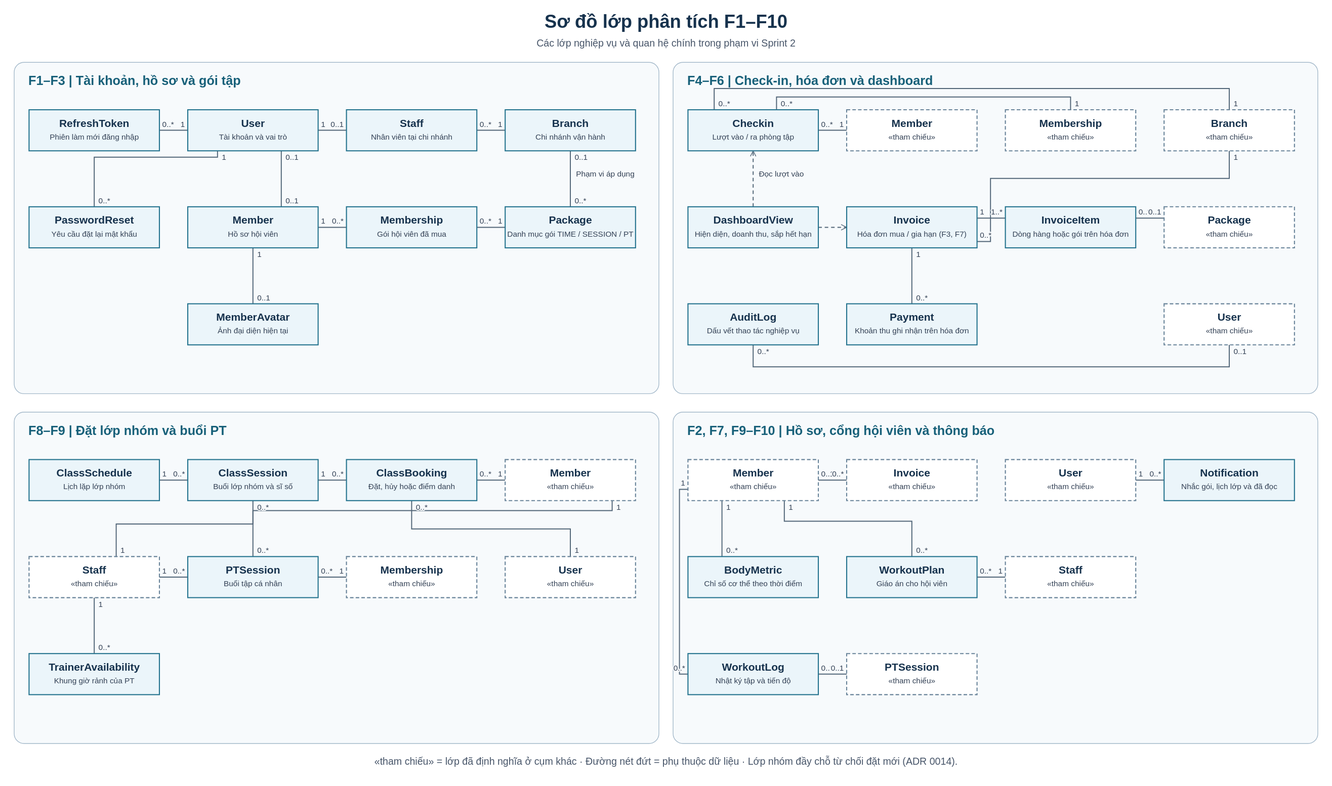
Earlier version of the draw.io export docs/design/class/so-do-lop-phan-tich-f1-f10.drawio.svg (Ktin06/it3180_nhom6_gym_management). Source tidied: cells renumbered, new cells last; positions are measured from the earlier drawing's top-left corner, leaving out a move shared by most shapes.
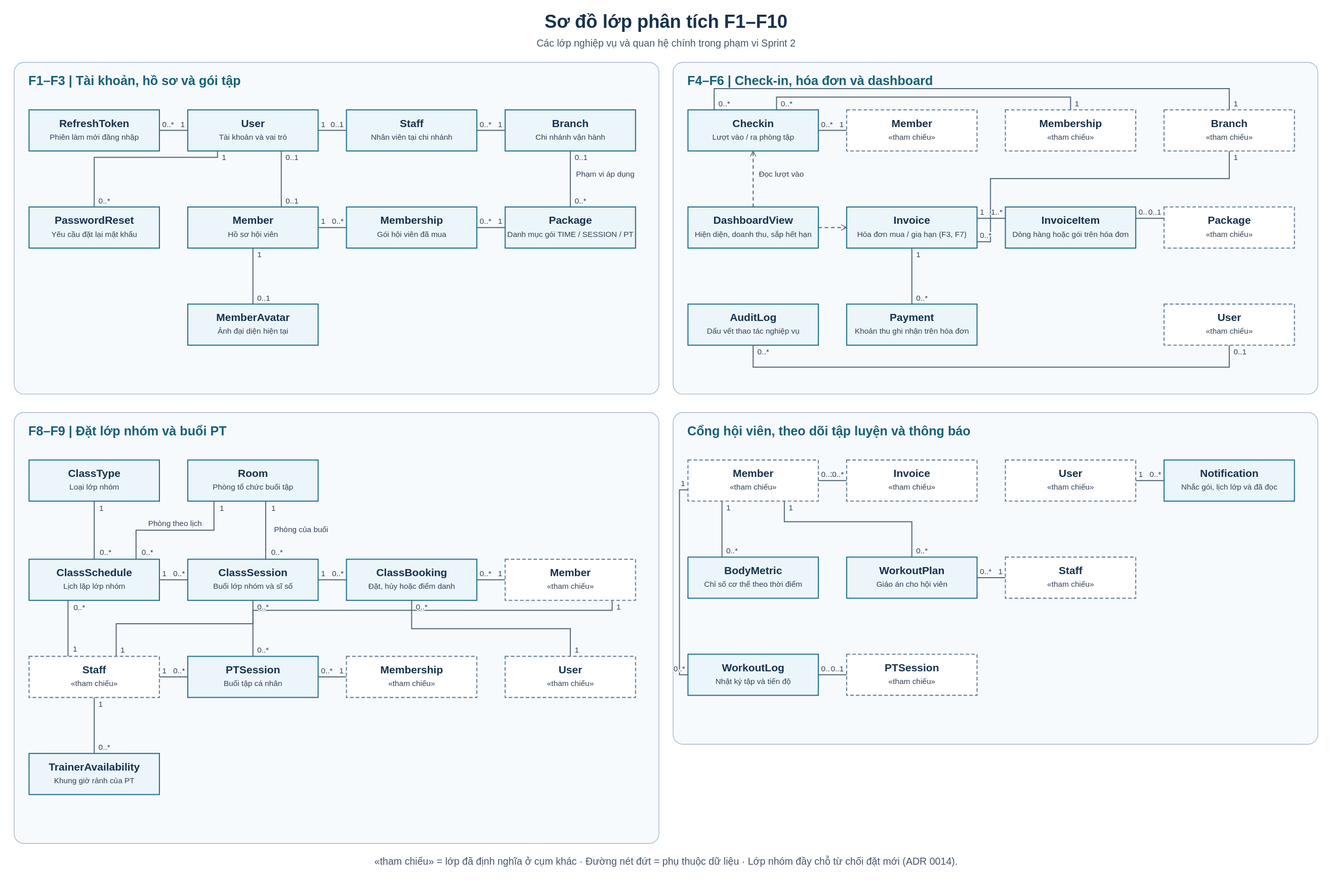
After the commit.

Commit message:
docs(F8): bổ sung loại lớp, phòng và phân công theo lịch vào sơ đồ phân tích (#202)

Change to the diagram source:
```diff
@@ -9,7 +9,7 @@
       <mxGeometry y="33" width="1840" height="30" as="geometry" />
     </mxCell>
     <mxCell id="4" value="«tham chiếu» = lớp đã định nghĩa ở cụm khác · Đường nét đứt = phụ thuộc dữ liệu · Lớp nhóm đầy chỗ từ chối đặt mới (ADR 0014)." style="text;html=0;align=center;verticalAlign=middle;fontSize=14;fontStyle=0;fontColor=#475569;" parent="1" vertex="1">
-      <mxGeometry y="1046" width="1840" height="30" as="geometry" />
+      <mxGeometry y="1186" width="1840" height="30" as="geometry" />
     </mxCell>
     <mxCell id="5" style="rounded=1;arcSize=4;fillColor=#f7fafc;strokeColor=#a4b9ca;" parent="1" vertex="1">
       <mxGeometry y="72" width="910" height="468" as="geometry" />
@@ -24,7 +24,7 @@
       <mxGeometry x="950" y="82" width="870" height="32" as="geometry" />
     </mxCell>
     <mxCell id="9" style="rounded=1;arcSize=4;fillColor=#f7fafc;strokeColor=#a4b9ca;" parent="1" vertex="1">
-      <mxGeometry y="566" width="910" height="468" as="geometry" />
+      <mxGeometry y="566" width="910" height="608" as="geometry" />
     </mxCell>
     <mxCell id="10" value="F8–F9  |  Đặt lớp nhóm và buổi PT" style="text;html=0;align=left;verticalAlign=middle;fontSize=18;fontStyle=1;fontColor=#176079;" parent="1" vertex="1">
       <mxGeometry x="20" y="576" width="870" height="32" as="geometry" />
@@ -32,7 +32,7 @@
     <mxCell id="11" style="rounded=1;arcSize=4;fillColor=#f7fafc;strokeColor=#a4b9ca;" parent="1" vertex="1">
       <mxGeometry x="930" y="566" width="910" height="468" as="geometry" />
     </mxCell>
-    <mxCell id="12" value="F2, F7, F9–F10  |  Hồ sơ, cổng hội viên và thông báo" style="text;html=0;align=left;verticalAlign=middle;fontSize=18;fontStyle=1;fontColor=#176079;" parent="1" vertex="1">
+    <mxCell id="12" value="Cổng hội viên, theo dõi tập luyện và thông báo" style="text;html=0;align=left;verticalAlign=middle;fontSize=18;fontStyle=1;fontColor=#176079;" parent="1" vertex="1">
       <mxGeometry x="950" y="576" width="870" height="32" as="geometry" />
     </mxCell>
     <mxCell id="13" value="&lt;b&gt;RefreshToken&lt;/b&gt;&lt;br&gt;&lt;span style=&quot;font-size:11px&quot;&gt;Phiên làm mới đăng nhập&lt;/span&gt;" style="rounded=0;whiteSpace=wrap;html=1;align=center;verticalAlign=middle;strokeWidth=1.5;fontColor=#16324d;fillColor=#ebf5fa;strokeColor=#24738e;" parent="1" vertex="1">
@@ -96,31 +96,31 @@
       <mxGeometry x="1623" y="413" width="184" height="58" as="geometry" />
     </mxCell>
     <mxCell id="33" value="&lt;b&gt;ClassSchedule&lt;/b&gt;&lt;br&gt;&lt;span style=&quot;font-size:11px&quot;&gt;Lịch lặp lớp nhóm&lt;/span&gt;" style="rounded=0;whiteSpace=wrap;html=1;align=center;verticalAlign=middle;strokeWidth=1.5;fontColor=#16324d;fillColor=#ebf5fa;strokeColor=#24738e;" parent="1" vertex="1">
-      <mxGeometry x="21" y="633" width="184" height="58" as="geometry" />
+      <mxGeometry x="21" y="773" width="184" height="58" as="geometry" />
     </mxCell>
     <mxCell id="34" value="&lt;b&gt;ClassSession&lt;/b&gt;&lt;br&gt;&lt;span style=&quot;font-size:11px&quot;&gt;Buổi lớp nhóm và sĩ số&lt;/span&gt;" style="rounded=0;whiteSpace=wrap;html=1;align=center;verticalAlign=middle;strokeWidth=1.5;fontColor=#16324d;fillColor=#ebf5fa;strokeColor=#24738e;" parent="1" vertex="1">
-      <mxGeometry x="245" y="633" width="184" height="58" as="geometry" />
+      <mxGeometry x="245" y="773" width="184" height="58" as="geometry" />
     </mxCell>
     <mxCell id="35" value="&lt;b&gt;ClassBooking&lt;/b&gt;&lt;br&gt;&lt;span style=&quot;font-size:11px&quot;&gt;Đặt, hủy hoặc điểm danh&lt;/span&gt;" style="rounded=0;whiteSpace=wrap;html=1;align=center;verticalAlign=middle;strokeWidth=1.5;fontColor=#16324d;fillColor=#ebf5fa;strokeColor=#24738e;" parent="1" vertex="1">
-      <mxGeometry x="469" y="633" width="184" height="58" as="geometry" />
+      <mxGeometry x="469" y="773" width="184" height="58" as="geometry" />
     </mxCell>
     <mxCell id="36" value="&lt;b&gt;Member&lt;/b&gt;&lt;br&gt;&lt;span style=&quot;font-size:11px&quot;&gt;«tham chiếu»&lt;/span&gt;" style="rounded=0;whiteSpace=wrap;html=1;align=center;verticalAlign=middle;strokeWidth=1.5;fontColor=#16324d;dashed=1;fillColor=#ffffff;strokeColor=#688399;" parent="1" vertex="1">
-      <mxGeometry x="693" y="633" width="184" height="58" as="geometry" />
+      <mxGeometry x="693" y="773" width="184" height="58" as="geometry" />
     </mxCell>
     <mxCell id="37" value="&lt;b&gt;Staff&lt;/b&gt;&lt;br&gt;&lt;span style=&quot;font-size:11px&quot;&gt;«tham chiếu»&lt;/span&gt;" style="rounded=0;whiteSpace=wrap;html=1;align=center;verticalAlign=middle;strokeWidth=1.5;fontColor=#16324d;dashed=1;fillColor=#ffffff;strokeColor=#688399;" parent="1" vertex="1">
-      <mxGeometry x="21" y="770" width="184" height="58" as="geometry" />
+      <mxGeometry x="21" y="910" width="184" height="58" as="geometry" />
     </mxCell>
     <mxCell id="38" value="&lt;b&gt;PTSession&lt;/b&gt;&lt;br&gt;&lt;span style=&quot;font-size:11px&quot;&gt;Buổi tập cá nhân&lt;/span&gt;" style="rounded=0;whiteSpace=wrap;html=1;align=center;verticalAlign=middle;strokeWidth=1.5;fontColor=#16324d;fillColor=#ebf5fa;strokeColor=#24738e;" parent="1" vertex="1">
-      <mxGeometry x="245" y="770" width="184" height="58" as="geometry" />
+      <mxGeometry x="245" y="910" width="184" height="58" as="geometry" />
     </mxCell>
     <mxCell id="39" value="&lt;b&gt;Membership&lt;/b&gt;&lt;br&gt;&lt;span style=&quot;font-size:11px&quot;&gt;«tham chiếu»&lt;/span&gt;" style="rounded=0;whiteSpace=wrap;html=1;align=center;verticalAlign=middle;strokeWidth=1.5;fontColor=#16324d;dashed=1;fillColor=#ffffff;strokeColor=#688399;" parent="1" vertex="1">
-      <mxGeometry x="469" y="770" width="184" height="58" as="geometry" />
+      <mxGeometry x="469" y="910" width="184" height="58" as="geometry" />
     </mxCell>
     <mxCell id="40" value="&lt;b&gt;User&lt;/b&gt;&lt;br&gt;&lt;span style=&quot;font-size:11px&quot;&gt;«tham chiếu»&lt;/span&gt;" style="rounded=0;whiteSpace=wrap;html=1;align=center;verticalAlign=middle;strokeWidth=1.5;fontColor=#16324d;dashed=1;fillColor=#ffffff;strokeColor=#688399;" parent="1" vertex="1">
-      <mxGeometry x="693" y="770" width="184" height="58" as="geometry" />
+      <mxGeometry x="693" y="910" width="184" height="58" as="geometry" />
     </mxCell>
     <mxCell id="41" value="&lt;b&gt;TrainerAvailability&lt;/b&gt;&lt;br&gt;&lt;span style=&quot;font-size:11px&quot;&gt;Khung giờ rảnh của PT&lt;/span&gt;" style="rounded=0;whiteSpace=wrap;html=1;align=center;verticalAlign=middle;strokeWidth=1.5;fontColor=#16324d;fillColor=#ebf5fa;strokeColor=#24738e;" parent="1" vertex="1">
-      <mxGeometry x="21" y="907" width="184" height="58" as="geometry" />
+      <mxGeometry x="21" y="1047" width="184" height="58" as="geometry" />
     </mxCell>
     <mxCell id="42" value="&lt;b&gt;Member&lt;/b&gt;&lt;br&gt;&lt;span style=&quot;font-size:11px&quot;&gt;«tham chiếu»&lt;/span&gt;" style="rounded=0;whiteSpace=wrap;html=1;align=center;verticalAlign=middle;strokeWidth=1.5;fontColor=#16324d;dashed=1;fillColor=#ffffff;strokeColor=#688399;" parent="1" vertex="1">
       <mxGeometry x="951" y="633" width="184" height="58" as="geometry" />
@@ -444,8 +444,8 @@
     <mxCell id="113" style="edgeStyle=orthogonalEdgeStyle;rounded=0;html=0;strokeColor=#516577;exitX=0.5;exitY=0;entryX=0.5;entryY=1;endArrow=none;" parent="1" edge="1" source="40" target="35">
       <mxGeometry relative="1" as="geometry">
         <Array as="points">
-          <mxPoint x="785" y="731" />
-          <mxPoint x="561" y="731" />
+          <mxPoint x="785" y="871" />
+          <mxPoint x="561" y="871" />
         </Array>
       </mxGeometry>
     </mxCell>
@@ -462,8 +462,8 @@
     <mxCell id="116" style="edgeStyle=orthogonalEdgeStyle;rounded=0;html=0;strokeColor=#516577;exitX=0.67;exitY=0;entryX=0.5;entryY=1;endArrow=none;" parent="1" edge="1" source="37" target="34">
       <mxGeometry relative="1" as="geometry">
         <Array as="points">
-          <mxPoint x="144" y="724" />
-          <mxPoint x="337" y="724" />
+          <mxPoint x="144" y="864" />
+          <mxPoint x="337" y="864" />
         </Array>
       </mxGeometry>
     </mxCell>
@@ -506,8 +506,8 @@
     <mxCell id="125" style="edgeStyle=orthogonalEdgeStyle;rounded=0;html=0;strokeColor=#516577;exitX=0.5;exitY=0;entryX=0.82;entryY=1;endArrow=none;" parent="1" edge="1" source="38" target="36">
       <mxGeometry relative="1" as="geometry">
         <Array as="points">
-          <mxPoint x="337" y="705" />
-          <mxPoint x="844" y="705" />
+          <mxPoint x="337" y="845" />
+          <mxPoint x="844" y="845" />
         </Array>
       </mxGeometry>
     </mxCell>
@@ -635,5 +635,78 @@
         <mxPoint y="-10" as="offset" />
       </mxGeometry>
     </mxCell>
+    <mxCell id="152" value="&lt;b&gt;ClassType&lt;/b&gt;&lt;br&gt;&lt;span style=&quot;font-size:11px&quot;&gt;Loại lớp nhóm&lt;/span&gt;" style="rounded=0;whiteSpace=wrap;html=1;align=center;verticalAlign=middle;strokeWidth=1.5;fontColor=#16324d;fillColor=#ebf5fa;strokeColor=#24738e;" parent="1" vertex="1">
+      <mxGeometry x="21" y="633" width="184" height="58" as="geometry" />
+    </mxCell>
+    <mxCell id="153" value="&lt;b&gt;Room&lt;/b&gt;&lt;br&gt;&lt;span style=&quot;font-size:11px&quot;&gt;Phòng tổ chức buổi tập&lt;/span&gt;" style="rounded=0;whiteSpace=wrap;html=1;align=center;verticalAlign=middle;strokeWidth=1.5;fontColor=#16324d;fillColor=#ebf5fa;strokeColor=#24738e;" parent="1" vertex="1">
+      <mxGeometry x="245" y="633" width="184" height="58" as="geometry" />
+    </mxCell>
+    <mxCell id="154" style="edgeStyle=orthogonalEdgeStyle;rounded=0;html=0;strokeColor=#516577;exitX=0.5;exitY=1;entryX=0.5;entryY=0;endArrow=none;" parent="1" edge="1" source="152" target="33">
+      <mxGeometry relative="1" as="geometry" />
+    </mxCell>
+    <mxCell id="155" value="1" style="edgeLabel;html=0;align=center;verticalAlign=middle;fontSize=11;fontColor=#334155;" parent="154" vertex="1">
+      <mxGeometry x="-0.75" relative="1" as="geometry">
+        <mxPoint x="10" as="offset" />
+      </mxGeometry>
+    </mxCell>
+    <mxCell id="156" value="0..*" style="edgeLabel;html=0;align=center;verticalAlign=middle;fontSize=11;fontColor=#334155;" parent="154" vertex="1">
+      <mxGeometry x="0.77" relative="1" as="geometry">
+        <mxPoint x="16" as="offset" />
+      </mxGeometry>
+    </mxCell>
+    <mxCell id="157" style="edgeStyle=orthogonalEdgeStyle;rounded=0;html=0;strokeColor=#516577;exitX=0.2;exitY=1;entryX=0.82;entryY=0;endArrow=none;" parent="1" edge="1" source="153" target="33">
+      <mxGeometry relative="1" as="geometry">
+        <Array as="points">
+          <mxPoint x="282" y="732" />
+          <mxPoint x="172" y="732" />
+        </Array>
+      </mxGeometry>
+    </mxCell>
+    <mxCell id="158" value="1" style="edgeLabel;html=0;align=center;verticalAlign=middle;fontSize=11;fontColor=#334155;" parent="157" vertex="1">
+      <mxGeometry x="-0.9" relative="1" as="geometry">
+        <mxPoint x="11" as="offset" />
+      </mxGeometry>
+    </mxCell>
+    <mxCell id="159" value="Phòng theo lịch" style="edgeLabel;html=0;align=center;verticalAlign=middle;fontSize=11;fontColor=#334155;" parent="157" vertex="1">
+      <mxGeometry relative="1" as="geometry">
+        <mxPoint y="-9" as="offset" />
+      </mxGeometry>
+    </mxCell>
+    <mxCell id="160" value="0..*" style="edgeLabel;html=0;align=center;verticalAlign=middle;fontSize=11;fontColor=#334155;" parent="157" vertex="1">
+      <mxGeometry x="0.9" relative="1" as="geometry">
+        <mxPoint x="16" as="offset" />
+      </mxGeometry>
+    </mxCell>
+    <mxCell id="161" style="edgeStyle=orthogonalEdgeStyle;rounded=0;html=0;strokeColor=#516577;exitX=0.6;exitY=1;entryX=0.6;entryY=0;endArrow=none;" parent="1" edge="1" source="153" target="34">
+      <mxGeometry relative="1" as="geometry" />
+    </mxCell>
+    <mxCell id="162" value="1" style="edgeLabel;html=0;align=center;verticalAlign=middle;fontSize=11;fontColor=#334155;" parent="161" vertex="1">
+      <mxGeometry x="-0.75" relative="1" as="geometry">
+        <mxPoint x="11" as="offset" />
+      </mxGeometry>
+    </mxCell>
+    <mxCell id="163" value="Phòng của buổi" style="edgeLabel;html=0;align=center;verticalAlign=middle;fontSize=11;fontColor=#334155;" parent="161" vertex="1">
+      <mxGeometry relative="1" as="geometry">
+        <mxPoint x="50" as="offset" />
+      </mxGeometry>
+    </mxCell>
+    <mxCell id="164" value="0..*" style="edgeLabel;html=0;align=center;verticalAlign=middle;fontSize=11;fontColor=#334155;" parent="161" vertex="1">
+      <mxGeometry x="0.77" relative="1" as="geometry">
+        <mxPoint x="16" as="offset" />
+      </mxGeometry>
+    </mxCell>
+    <mxCell id="165" style="edgeStyle=orthogonalEdgeStyle;rounded=0;html=0;strokeColor=#516577;exitX=0.3;exitY=0;entryX=0.3;entryY=1;endArrow=none;" parent="1" edge="1" source="37" target="33">
+      <mxGeometry relative="1" as="geometry" />
+    </mxCell>
+    <mxCell id="166" value="1" style="edgeLabel;html=0;align=center;verticalAlign=middle;fontSize=11;fontColor=#334155;" parent="165" vertex="1">
+      <mxGeometry x="-0.75" relative="1" as="geometry">
+        <mxPoint x="10" as="offset" />
+      </mxGeometry>
+    </mxCell>
+    <mxCell id="167" value="0..*" style="edgeLabel;html=0;align=center;verticalAlign=middle;fontSize=11;fontColor=#334155;" parent="165" vertex="1">
+      <mxGeometry x="0.75" relative="1" as="geometry">
+        <mxPoint x="16" as="offset" />
+      </mxGeometry>
+    </mxCell>
   </root>
 </mxGraphModel>
```
